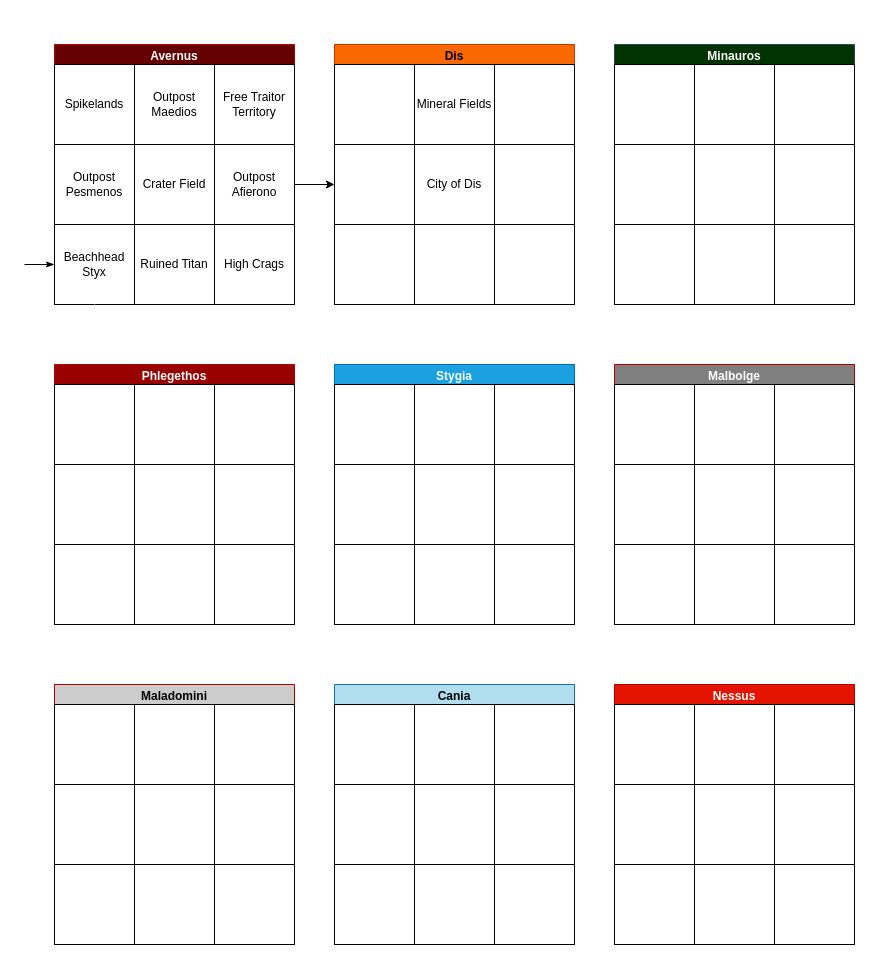
craftingcity/The-Known-World keeps this draw.io diagram as MEDIA/SUPP/baatorMap.drawio. Above is the earlier version. Source tidied: cells renumbered, new cells numbered last; positions are measured from the earlier drawing's top-left corner, leaving out a move shared by most shapes. Both pictures are drawn from the tidied source at 100%, with x=0, y=0 at pixel (24, 44).
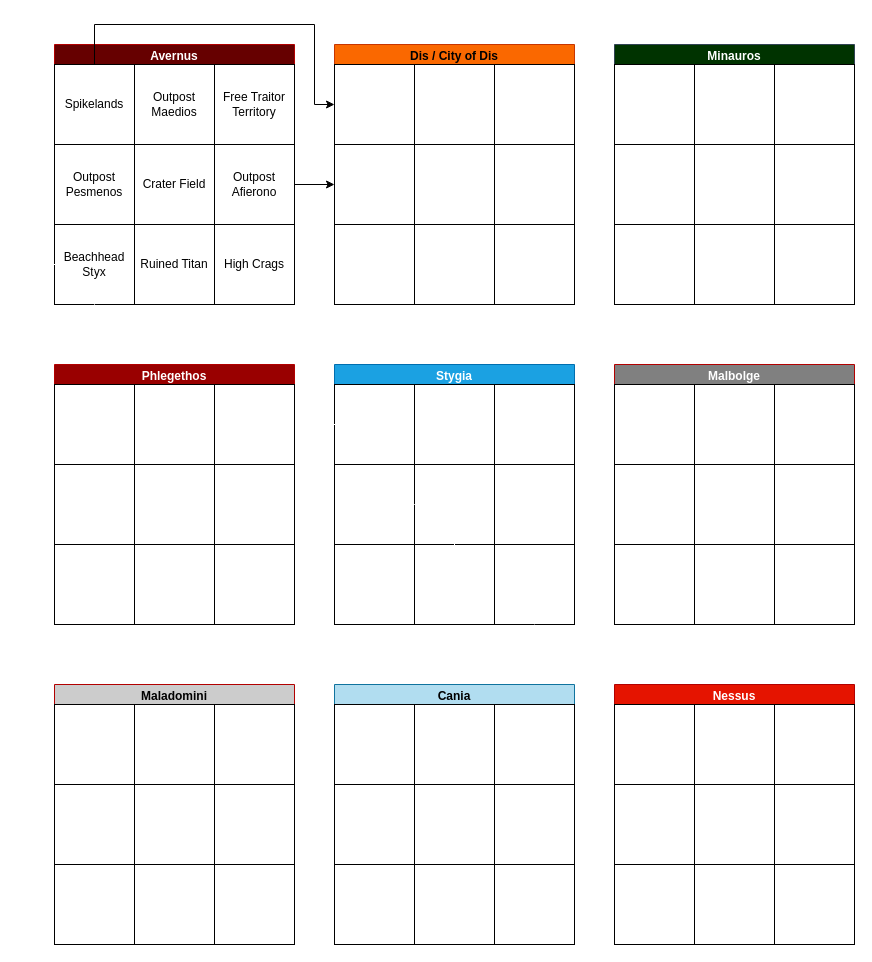
The same diagram, later.

The change refers to these unchanged cells:
```xml
<mxCell id="2" value="Avernus" style="swimlane;whiteSpace=wrap;html=1;fillColor=#660000;fontColor=#ffffff;strokeColor=#B20000;" parent="1" vertex="1">
  <mxGeometry x="30" width="240" height="260" as="geometry" />
</mxCell>
<mxCell id="3" value="Spikelands" style="whiteSpace=wrap;html=1;" parent="2" vertex="1">
  <mxGeometry y="20" width="80" height="80" as="geometry" />
</mxCell>
<mxCell id="8" value="Beachhead Styx" style="whiteSpace=wrap;html=1;" parent="2" vertex="1">
  <mxGeometry y="180" width="80" height="80" as="geometry" />
</mxCell>
<mxCell id="14" style="whiteSpace=wrap;html=1;" parent="13" vertex="1">
  <mxGeometry y="20" width="80" height="80" as="geometry" />
</mxCell>
<mxCell id="44" style="whiteSpace=wrap;html=1;" parent="43" vertex="1">
  <mxGeometry y="20" width="80" height="80" as="geometry" />
</mxCell>
```

The edit, as a diff of the source:
```diff
@@
-    <mxCell id="7" style="edgeStyle=orthogonalEdgeStyle;rounded=0;jettySize=auto;html=1;exitX=0;exitY=0.5;exitDx=0;exitDy=0;startArrow=classicThin;startFill=1;endArrow=none;" parent="2" edge="1" source="8">
-      <mxGeometry relative="1" as="geometry">
-        <mxPoint x="-30" y="220" as="targetPoint" />
-      </mxGeometry>
-    </mxCell>
@@
-    <mxCell id="13" value="Dis" style="swimlane;whiteSpace=wrap;html=1;fillColor=#fa6800;fontColor=#000000;strokeColor=#C73500;" parent="1" vertex="1">
+    <mxCell id="13" value="Dis / City of Dis" style="swimlane;whiteSpace=wrap;html=1;fillColor=#fa6800;fontColor=#000000;strokeColor=#C73500;" parent="1" vertex="1">
       <mxGeometry x="310" width="240" height="260" as="geometry" />
     </mxCell>
@@
-    <mxCell id="15" value="Mineral Fields" style="whiteSpace=wrap;html=1;" parent="13" vertex="1">
+    <mxCell id="15" style="whiteSpace=wrap;html=1;" parent="13" vertex="1">
       <mxGeometry x="80" y="20" width="80" height="80" as="geometry" />
     </mxCell>
@@
-    <mxCell id="19" value="City of Dis" style="whiteSpace=wrap;html=1;" parent="13" vertex="1">
+    <mxCell id="19" style="whiteSpace=wrap;html=1;" parent="13" vertex="1">
       <mxGeometry x="80" y="100" width="80" height="80" as="geometry" />
     </mxCell>
@@
-    <mxCell id="93" style="edgeStyle=orthogonalEdgeStyle;rounded=1;jettySize=auto;html=1;exitX=0.5;exitY=1;exitDx=0;exitDy=0;entryX=0;entryY=0.5;entryDx=0;entryDy=0;curved=0;strokeColor=#FFFFFF;" parent="1" edge="1" source="8" target="44">
+    <mxCell id="93" style="edgeStyle=orthogonalEdgeStyle;rounded=1;orthogonalLoop=1;jettySize=auto;html=1;curved=0;strokeColor=#FFFFFF;jumpStyle=none;dashed=1;startArrow=ERmany;startFill=0;" parent="1" edge="1">
       <mxGeometry relative="1" as="geometry">
+        <mxPoint x="10" y="220" as="sourcePoint" />
+        <mxPoint x="580" y="610" as="targetPoint" />
         <Array as="points">
+          <mxPoint x="70" y="220" />
           <mxPoint x="70" y="290" />
           <mxPoint x="290" y="290" />
           <mxPoint x="290" y="380" />
+          <mxPoint x="350" y="380" />
+          <mxPoint x="350" y="460" />
+          <mxPoint x="430" y="460" />
+          <mxPoint x="430" y="540" />
+          <mxPoint x="510" y="540" />
+          <mxPoint x="510" y="610" />
         </Array>
       </mxGeometry>
     </mxCell>
@@
+    <mxCell id="95" style="edgeStyle=orthogonalEdgeStyle;rounded=0;jettySize=auto;html=1;exitX=0.5;exitY=0;exitDx=0;exitDy=0;entryX=0;entryY=0.5;entryDx=0;entryDy=0;" parent="1" edge="1" source="3" target="14">
+      <mxGeometry relative="1" as="geometry">
+        <Array as="points">
+          <mxPoint x="70" y="-20" />
+          <mxPoint x="290" y="-20" />
+          <mxPoint x="290" y="60" />
+        </Array>
+      </mxGeometry>
+    </mxCell>
```
